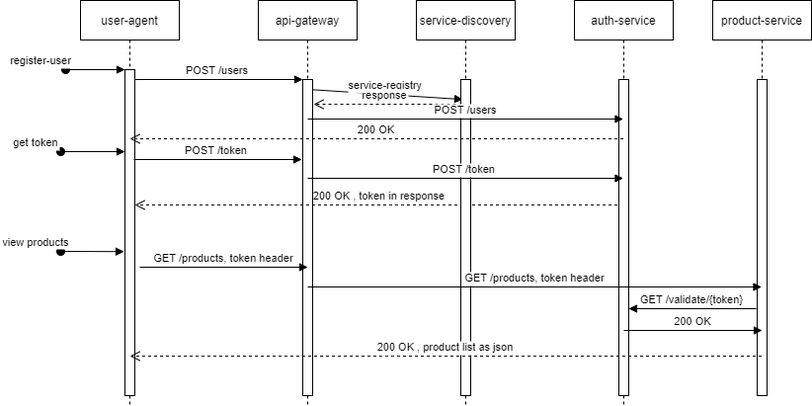
pritamprasd/e-commerce keeps this draw.io diagram as sync/architecture/getproducts.png. Above is the earlier version. Source tidied: cells renumbered, new cells last; positions are measured from the earlier drawing's top-left corner, leaving out a move shared by most shapes.
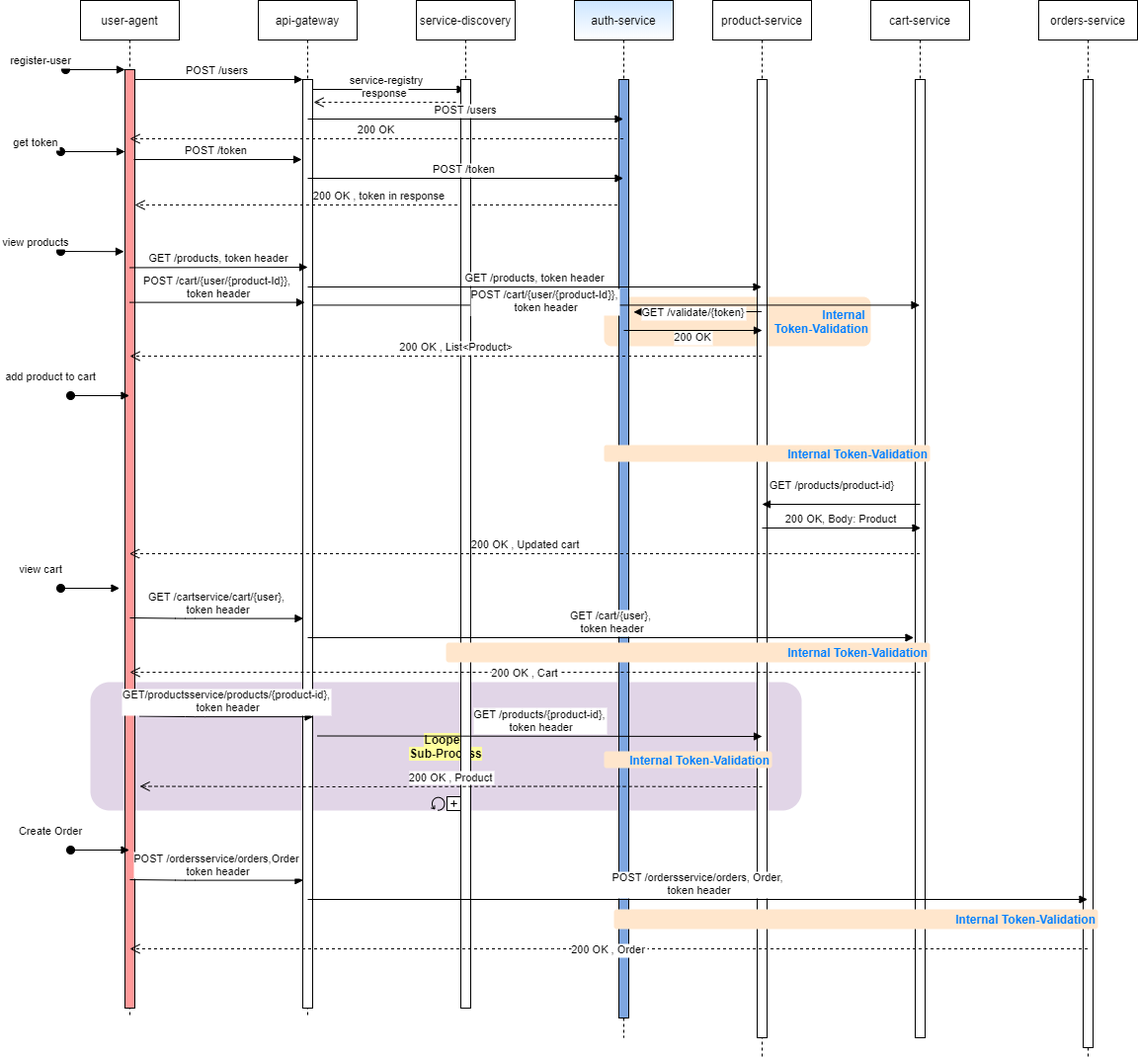
Above is the later version.

Commit message:
Updated sequence diagram

Diff of the diagram source:
```diff
@@ -2,16 +2,32 @@
   <root>
     <mxCell id="0" />
     <mxCell id="1" parent="0" />
+    <mxCell id="28" value="&lt;b&gt;&lt;font color=&quot;#007fff&quot;&gt;Internal &lt;br&gt;Token-Validation&lt;/font&gt;&lt;/b&gt;" style="rounded=1;whiteSpace=wrap;html=1;align=right;fillColor=#ffe6cc;strokeColor=none;" parent="1" vertex="1">
+      <mxGeometry x="550" y="300" width="270" height="50" as="geometry" />
+    </mxCell>
+    <mxCell id="29" value="&lt;b style=&quot;background-color: rgb(255 , 255 , 158)&quot;&gt;Looped&lt;br&gt;Sub-Process&lt;/b&gt;" style="html=1;whiteSpace=wrap;rounded=1;fillColor=#e1d5e7;strokeColor=none;" parent="1" vertex="1">
+      <mxGeometry x="30" y="690" width="720" height="130" as="geometry" />
+    </mxCell>
+    <mxCell id="30" style="html=1;shape=mxgraph.bpmn.loop;" parent="29" vertex="1">
+      <mxGeometry x="0.5" y="1" width="14" height="14" relative="1" as="geometry">
+        <mxPoint x="-15" y="-14" as="offset" />
+      </mxGeometry>
+    </mxCell>
+    <mxCell id="31" style="html=1;shape=plus;" parent="29" vertex="1">
+      <mxGeometry x="0.5" y="1" width="14" height="14" relative="1" as="geometry">
+        <mxPoint x="1" y="-14" as="offset" />
+      </mxGeometry>
+    </mxCell>
-    <mxCell id="2" value="service-registry" style="verticalAlign=bottom;endArrow=block;shadow=0;strokeWidth=1;entryX=0.2;entryY=0.063;entryDx=0;entryDy=0;entryPerimeter=0;" parent="1" edge="1" target="11">
+    <mxCell id="2" value="service-registry" style="verticalAlign=bottom;endArrow=block;shadow=0;strokeWidth=1;" parent="1" edge="1" target="10">
       <mxGeometry relative="1" as="geometry">
         <mxPoint x="250" y="90" as="sourcePoint" />
       </mxGeometry>
     </mxCell>
     <mxCell id="3" value="user-agent" style="shape=umlLifeline;perimeter=lifelinePerimeter;rounded=0;shadow=0;strokeWidth=1;" parent="1" vertex="1">
-      <mxGeometry x="20" width="100" height="410" as="geometry" />
+      <mxGeometry x="20" width="100" height="1030" as="geometry" />
     </mxCell>
-    <mxCell id="4" style="points=[];perimeter=orthogonalPerimeter;rounded=0;shadow=0;strokeWidth=1;" parent="3" vertex="1">
-      <mxGeometry x="45" y="70" width="10" height="330" as="geometry" />
+    <mxCell id="4" style="points=[];perimeter=orthogonalPerimeter;rounded=0;shadow=0;strokeWidth=1;fillColor=#FF9999;" parent="3" vertex="1">
+      <mxGeometry x="45" y="70" width="10" height="950" as="geometry" />
     </mxCell>
     <mxCell id="5" value="register-user" style="verticalAlign=bottom;startArrow=oval;endArrow=block;startSize=8;shadow=0;strokeWidth=1;" parent="3" edge="1" target="4">
       <mxGeometry x="-1" y="-25" relative="1" as="geometry">
@@ -20,10 +36,10 @@
       </mxGeometry>
     </mxCell>
     <mxCell id="6" value="api-gateway" style="shape=umlLifeline;perimeter=lifelinePerimeter;rounded=0;shadow=0;strokeWidth=1;" parent="1" vertex="1">
-      <mxGeometry x="200" width="100" height="410" as="geometry" />
+      <mxGeometry x="200" width="100" height="1030" as="geometry" />
     </mxCell>
     <mxCell id="7" style="points=[];perimeter=orthogonalPerimeter;rounded=0;shadow=0;strokeWidth=1;" parent="6" vertex="1">
-      <mxGeometry x="45" y="80" width="10" height="320" as="geometry" />
+      <mxGeometry x="45" y="80" width="10" height="940" as="geometry" />
     </mxCell>
     <mxCell id="8" value="200 OK , token in response" style="verticalAlign=bottom;endArrow=open;dashed=1;endSize=8;shadow=0;strokeWidth=1;" parent="1" edge="1">
       <mxGeometry relative="1" as="geometry">
@@ -38,16 +54,16 @@
       <mxGeometry relative="1" as="geometry" />
     </mxCell>
     <mxCell id="10" value="service-discovery" style="shape=umlLifeline;perimeter=lifelinePerimeter;rounded=0;shadow=0;strokeWidth=1;" parent="1" vertex="1">
-      <mxGeometry x="360" width="100" height="410" as="geometry" />
+      <mxGeometry x="360" width="100" height="1020" as="geometry" />
     </mxCell>
     <mxCell id="11" style="points=[];perimeter=orthogonalPerimeter;rounded=0;shadow=0;strokeWidth=1;" parent="10" vertex="1">
-      <mxGeometry x="45" y="80" width="10" height="320" as="geometry" />
+      <mxGeometry x="45" y="80" width="10" height="940" as="geometry" />
     </mxCell>
-    <mxCell id="12" value="auth-service" style="shape=umlLifeline;perimeter=lifelinePerimeter;rounded=0;shadow=0;strokeWidth=1;" parent="1" vertex="1">
-      <mxGeometry x="520" width="100" height="410" as="geometry" />
+    <mxCell id="12" value="auth-service" style="shape=umlLifeline;perimeter=lifelinePerimeter;rounded=0;shadow=0;strokeWidth=1;fillColor=#CCE5FF;gradientColor=#ffffff;" parent="1" vertex="1">
+      <mxGeometry x="520" width="100" height="1050" as="geometry" />
     </mxCell>
-    <mxCell id="13" style="points=[];perimeter=orthogonalPerimeter;rounded=0;shadow=0;strokeWidth=1;" parent="12" vertex="1">
-      <mxGeometry x="45" y="80" width="10" height="320" as="geometry" />
+    <mxCell id="13" style="points=[];perimeter=orthogonalPerimeter;rounded=0;shadow=0;strokeWidth=1;fillColor=#7EA6E0;" parent="12" vertex="1">
+      <mxGeometry x="45" y="80" width="10" height="950" as="geometry" />
     </mxCell>
     <mxCell id="14" value="200 OK" style="verticalAlign=bottom;endArrow=open;dashed=1;endSize=8;shadow=0;strokeWidth=1;" parent="1" edge="1" source="12">
       <mxGeometry relative="1" as="geometry">
@@ -56,8 +72,8 @@
     </mxCell>
     <mxCell id="15" value="response" style="verticalAlign=bottom;endArrow=open;dashed=1;endSize=8;shadow=0;strokeWidth=1;" parent="1" edge="1">
       <mxGeometry relative="1" as="geometry">
-        <mxPoint x="400" y="105" as="sourcePoint" />
-        <mxPoint x="256" y="105" as="targetPoint" />
+        <mxPoint x="400" y="103" as="sourcePoint" />
+        <mxPoint x="256" y="103" as="targetPoint" />
       </mxGeometry>
     </mxCell>
     <mxCell id="16" value="POST /users" style="verticalAlign=bottom;endArrow=block;shadow=0;strokeWidth=1;" parent="1" edge="1" target="12">
@@ -78,13 +94,13 @@
       </mxGeometry>
     </mxCell>
     <mxCell id="19" value="product-service" style="shape=umlLifeline;perimeter=lifelinePerimeter;rounded=0;shadow=0;strokeWidth=1;" parent="1" vertex="1">
-      <mxGeometry x="660" width="100" height="400" as="geometry" />
+      <mxGeometry x="660" width="100" height="1070" as="geometry" />
     </mxCell>
     <mxCell id="20" style="points=[];perimeter=orthogonalPerimeter;rounded=0;shadow=0;strokeWidth=1;" parent="19" vertex="1">
-      <mxGeometry x="45" y="80" width="10" height="320" as="geometry" />
+      <mxGeometry x="45" y="80" width="10" height="970" as="geometry" />
     </mxCell>
     <mxCell id="21" value="200 OK" style="verticalAlign=bottom;endArrow=block;shadow=0;strokeWidth=1;" parent="19" edge="1">
-      <mxGeometry relative="1" as="geometry">
+      <mxGeometry y="-16" relative="1" as="geometry">
         <mxPoint x="-90" y="334" as="sourcePoint" />
         <mxPoint x="50" y="334" as="targetPoint" />
       </mxGeometry>
@@ -96,9 +112,8 @@
         <mxPoint x="-25" y="-25" as="offset" />
       </mxGeometry>
     </mxCell>
-    <mxCell id="23" value="GET /products, token header" style="verticalAlign=bottom;endArrow=block;entryX=0;entryY=0;shadow=0;strokeWidth=1;" parent="1" edge="1">
+    <mxCell id="23" value="GET /products, token header" style="verticalAlign=bottom;endArrow=block;entryX=0;entryY=0;shadow=0;strokeWidth=1;exitX=0.5;exitY=0.211;exitDx=0;exitDy=0;exitPerimeter=0;" parent="1" edge="1" source="4">
       <mxGeometry relative="1" as="geometry">
-        <mxPoint x="80" y="270" as="sourcePoint" />
         <mxPoint x="250" y="270" as="targetPoint" />
       </mxGeometry>
     </mxCell>
@@ -112,16 +127,170 @@
         <mxPoint x="250" y="290" as="sourcePoint" />
       </mxGeometry>
     </mxCell>
+    <mxCell id="27" value="200 OK , List&lt;Product&gt;" style="verticalAlign=bottom;endArrow=open;dashed=1;endSize=8;shadow=0;strokeWidth=1;" parent="1" edge="1" source="19">
+      <mxGeometry x="0.17" y="-65" relative="1" as="geometry">
+        <mxPoint x="70" y="360" as="targetPoint" />
+        <Array as="points">
+          <mxPoint x="335" y="360" />
+        </Array>
+        <mxPoint x="65" y="65" as="offset" />
+      </mxGeometry>
+    </mxCell>
+    <mxCell id="32" value="add product to cart" style="verticalAlign=bottom;startArrow=oval;endArrow=block;startSize=8;shadow=0;strokeWidth=1;" parent="1" edge="1" target="3">
+      <mxGeometry x="-1" y="22" relative="1" as="geometry">
+        <mxPoint x="10" y="400" as="sourcePoint" />
+        <mxPoint x="-20" y="12" as="offset" />
+      </mxGeometry>
+    </mxCell>
+    <mxCell id="33" value="POST /cart/{user/{product-Id}},&#10; token header" style="verticalAlign=bottom;endArrow=block;shadow=0;strokeWidth=1;entryX=0.2;entryY=0.24;entryDx=0;entryDy=0;entryPerimeter=0;" parent="1" edge="1" source="3" target="7">
+      <mxGeometry relative="1" as="geometry" />
+    </mxCell>
+    <mxCell id="34" value="cart-service" style="shape=umlLifeline;perimeter=lifelinePerimeter;rounded=0;shadow=0;strokeWidth=1;" parent="1" vertex="1">
+      <mxGeometry x="820" width="100" height="1050" as="geometry" />
+    </mxCell>
+    <mxCell id="35" style="perimeter=orthogonalPerimeter;rounded=0;shadow=0;strokeWidth=1;" parent="34" vertex="1">
+      <mxGeometry x="45" y="80" width="10" height="970" as="geometry" />
+    </mxCell>
+    <mxCell id="36" value="POST /cart/{user/{product-Id}},&#10; token header" style="verticalAlign=bottom;endArrow=block;shadow=0;strokeWidth=1;exitX=1.1;exitY=0.243;exitDx=0;exitDy=0;exitPerimeter=0;" parent="1" edge="1" source="7" target="34">
+      <mxGeometry x="-0.24" y="-12" relative="1" as="geometry" />
+    </mxCell>
+    <mxCell id="37" value="200 OK, Body: Product" style="verticalAlign=bottom;endArrow=block;shadow=0;strokeWidth=1;" parent="1" edge="1">
+      <mxGeometry relative="1" as="geometry">
+        <mxPoint x="710" y="534" as="sourcePoint" />
+        <mxPoint x="870.5" y="534" as="targetPoint" />
+      </mxGeometry>
+    </mxCell>
+    <mxCell id="38" value="GET /products/product-id}" style="verticalAlign=bottom;endArrow=block;shadow=0;strokeWidth=1;" parent="1" edge="1">
+      <mxGeometry x="0.12" y="-10" relative="1" as="geometry">
+        <mxPoint x="870" y="510" as="sourcePoint" />
+        <mxPoint x="710" y="510" as="targetPoint" />
+        <Array as="points">
+          <mxPoint x="780.5" y="510" />
+        </Array>
+        <mxPoint x="1" as="offset" />
+      </mxGeometry>
+    </mxCell>
+    <mxCell id="39" value="200 OK , Updated cart" style="verticalAlign=bottom;endArrow=open;dashed=1;endSize=8;shadow=0;strokeWidth=1;" parent="1" edge="1" target="3">
+      <mxGeometry relative="1" as="geometry">
+        <mxPoint x="869.5" y="560" as="sourcePoint" />
+        <Array as="points">
+          <mxPoint x="495" y="560" />
+        </Array>
+        <mxPoint x="1" as="offset" />
+      </mxGeometry>
+    </mxCell>
+    <mxCell id="40" value="view cart" style="verticalAlign=bottom;startArrow=oval;endArrow=block;startSize=8;shadow=0;strokeWidth=1;" parent="1" edge="1">
+      <mxGeometry x="-1" y="22" relative="1" as="geometry">
+        <mxPoint y="595" as="sourcePoint" />
+        <mxPoint x="59.5" y="595" as="targetPoint" />
+        <mxPoint x="-20" y="12" as="offset" />
+      </mxGeometry>
+    </mxCell>
+    <mxCell id="41" value="GET /cartservice/cart/{user},&#10; token header" style="verticalAlign=bottom;endArrow=block;shadow=0;strokeWidth=1;exitX=0.9;exitY=0.239;exitDx=0;exitDy=0;exitPerimeter=0;" parent="1" edge="1">
+      <mxGeometry relative="1" as="geometry">
+        <mxPoint x="70" y="625" as="sourcePoint" />
+        <mxPoint x="245.5" y="625.6" as="targetPoint" />
+        <Array as="points">
+          <mxPoint x="126" y="625.6" />
+        </Array>
+      </mxGeometry>
+    </mxCell>
+    <mxCell id="42" value="GET /cart/{user},&#10; token header" style="verticalAlign=bottom;endArrow=block;shadow=0;strokeWidth=1;exitX=1.1;exitY=0.243;exitDx=0;exitDy=0;exitPerimeter=0;" parent="1" edge="1">
+      <mxGeometry relative="1" as="geometry">
+        <mxPoint x="250" y="645" as="sourcePoint" />
+        <mxPoint x="863.5" y="645" as="targetPoint" />
+      </mxGeometry>
+    </mxCell>
+    <mxCell id="43" value="200 OK , Cart" style="verticalAlign=bottom;endArrow=open;dashed=1;endSize=8;shadow=0;strokeWidth=1;" parent="1" edge="1">
+      <mxGeometry y="10" relative="1" as="geometry">
+        <mxPoint x="870" y="680" as="sourcePoint" />
+        <mxPoint x="70" y="680" as="targetPoint" />
+        <Array as="points">
+          <mxPoint x="495.5" y="680" />
+        </Array>
+      </mxGeometry>
+    </mxCell>
+    <mxCell id="44" value="GET/productsservice/products/{product-id},&#10; token header" style="verticalAlign=bottom;endArrow=block;shadow=0;strokeWidth=1;exitX=0.9;exitY=0.239;exitDx=0;exitDy=0;exitPerimeter=0;" parent="1" edge="1">
+      <mxGeometry relative="1" as="geometry">
+        <mxPoint x="80" y="724.5" as="sourcePoint" />
+        <mxPoint x="255.5" y="725.1" as="targetPoint" />
+        <Array as="points">
+          <mxPoint x="136" y="725.1" />
+        </Array>
+      </mxGeometry>
+    </mxCell>
+    <mxCell id="45" value="GET /products/{product-id},&#10; token header" style="verticalAlign=bottom;endArrow=block;shadow=0;strokeWidth=1;exitX=1.1;exitY=0.243;exitDx=0;exitDy=0;exitPerimeter=0;" parent="1" edge="1">
+      <mxGeometry relative="1" as="geometry">
+        <mxPoint x="260" y="744.5" as="sourcePoint" />
+        <mxPoint x="710" y="745" as="targetPoint" />
+      </mxGeometry>
+    </mxCell>
+    <mxCell id="46" value="200 OK , Product" style="verticalAlign=bottom;endArrow=open;dashed=1;endSize=8;shadow=0;strokeWidth=1;" parent="1" edge="1">
+      <mxGeometry relative="1" as="geometry">
+        <mxPoint x="710" y="796" as="sourcePoint" />
+        <mxPoint x="80" y="795.5" as="targetPoint" />
+        <Array as="points">
+          <mxPoint x="505.5" y="795.5" />
+          <mxPoint x="290" y="796" />
+        </Array>
+      </mxGeometry>
+    </mxCell>
-    <mxCell id="26" value="GET /validate/{token}" style="verticalAlign=bottom;endArrow=block;shadow=0;strokeWidth=1;exitX=-0.1;exitY=0.725;exitDx=0;exitDy=0;exitPerimeter=0;" parent="1" edge="1" source="20" target="13">
-      <mxGeometry relative="1" as="geometry" />
+    <mxCell id="26" value="GET /validate/{token}" style="verticalAlign=bottom;endArrow=block;shadow=0;strokeWidth=1;entryX=1.5;entryY=0.16;entryDx=0;entryDy=0;entryPerimeter=0;" parent="1" edge="1">
+      <mxGeometry x="0.38" y="22" relative="1" as="geometry">
+        <mxPoint x="709.5" y="315" as="sourcePoint" />
+        <mxPoint x="580" y="315.4" as="targetPoint" />
+        <Array as="points">
+          <mxPoint x="620" y="315" />
+        </Array>
+        <mxPoint x="20" y="-12" as="offset" />
+      </mxGeometry>
     </mxCell>
-    <mxCell id="27" value="200 OK , product list as json" style="verticalAlign=bottom;endArrow=open;dashed=1;endSize=8;shadow=0;strokeWidth=1;" parent="1" edge="1" source="19">
-      <mxGeometry relative="1" as="geometry">
-        <mxPoint x="70" y="360" as="targetPoint" />
-        <Array as="points">
-          <mxPoint x="335" y="360" />
-        </Array>
-      </mxGeometry>
-    </mxCell>
+    <mxCell id="47" value="&lt;b&gt;&lt;font color=&quot;#007fff&quot;&gt;Internal Token-Validation&lt;/font&gt;&lt;/b&gt;" style="rounded=1;whiteSpace=wrap;html=1;align=right;fillColor=#ffe6cc;strokeColor=none;" parent="1" vertex="1">
+      <mxGeometry x="550" y="450" width="330" height="17" as="geometry" />
+    </mxCell>
+    <mxCell id="48" value="&lt;b&gt;&lt;font color=&quot;#007fff&quot;&gt;Internal Token-Validation&lt;/font&gt;&lt;/b&gt;" style="rounded=1;whiteSpace=wrap;html=1;align=right;fillColor=#ffe6cc;strokeColor=none;" parent="1" vertex="1">
+      <mxGeometry x="390" y="650" width="490" height="20" as="geometry" />
+    </mxCell>
+    <mxCell id="49" value="&lt;b&gt;&lt;font color=&quot;#007fff&quot;&gt;Internal Token-Validation&lt;/font&gt;&lt;/b&gt;" style="rounded=1;whiteSpace=wrap;html=1;align=right;fillColor=#ffe6cc;strokeColor=none;" parent="1" vertex="1">
+      <mxGeometry x="550" y="760" width="170" height="17" as="geometry" />
+    </mxCell>
+    <mxCell id="50" value="Create Order" style="verticalAlign=bottom;startArrow=oval;endArrow=block;startSize=8;shadow=0;strokeWidth=1;" parent="1" edge="1">
+      <mxGeometry x="-1" y="22" relative="1" as="geometry">
+        <mxPoint x="10" y="860" as="sourcePoint" />
+        <mxPoint x="69.5" y="860" as="targetPoint" />
+        <mxPoint x="-20" y="12" as="offset" />
+      </mxGeometry>
+    </mxCell>
+    <mxCell id="51" value="orders-service" style="shape=umlLifeline;perimeter=lifelinePerimeter;rounded=0;shadow=0;strokeWidth=1;" parent="1" vertex="1">
+      <mxGeometry x="990" width="100" height="1070" as="geometry" />
+    </mxCell>
+    <mxCell id="52" style="perimeter=orthogonalPerimeter;rounded=0;shadow=0;strokeWidth=1;" parent="51" vertex="1">
+      <mxGeometry x="45" y="80" width="10" height="980" as="geometry" />
+    </mxCell>
+    <mxCell id="53" value="POST /ordersservice/orders,Order&#10; token header" style="verticalAlign=bottom;endArrow=block;shadow=0;strokeWidth=1;exitX=0.9;exitY=0.239;exitDx=0;exitDy=0;exitPerimeter=0;" parent="1" edge="1">
+      <mxGeometry relative="1" as="geometry">
+        <mxPoint x="70" y="890" as="sourcePoint" />
+        <mxPoint x="245.5" y="890.6" as="targetPoint" />
+        <Array as="points">
+          <mxPoint x="126" y="890.6" />
+        </Array>
+      </mxGeometry>
+    </mxCell>
+    <mxCell id="54" value="POST /ordersservice/orders, Order,&#10; token header" style="verticalAlign=bottom;endArrow=block;shadow=0;strokeWidth=1;exitX=1.1;exitY=0.243;exitDx=0;exitDy=0;exitPerimeter=0;" parent="1" edge="1" target="51">
+      <mxGeometry relative="1" as="geometry">
+        <mxPoint x="250" y="910" as="sourcePoint" />
+      </mxGeometry>
+    </mxCell>
+    <mxCell id="55" value="&lt;b&gt;&lt;font color=&quot;#007fff&quot;&gt;Internal Token-Validation&lt;/font&gt;&lt;/b&gt;" style="rounded=1;whiteSpace=wrap;html=1;align=right;fillColor=#ffe6cc;strokeColor=none;" parent="1" vertex="1">
+      <mxGeometry x="560" y="920" width="490" height="20" as="geometry" />
+    </mxCell>
+    <mxCell id="56" value="200 OK , Order" style="verticalAlign=bottom;endArrow=open;dashed=1;endSize=8;shadow=0;strokeWidth=1;" parent="1" edge="1" source="51">
+      <mxGeometry y="10" relative="1" as="geometry">
+        <mxPoint x="70" y="960" as="targetPoint" />
+        <Array as="points">
+          <mxPoint x="495.5" y="960" />
+        </Array>
+      </mxGeometry>
+    </mxCell>
   </root>
 </mxGraphModel>
```
